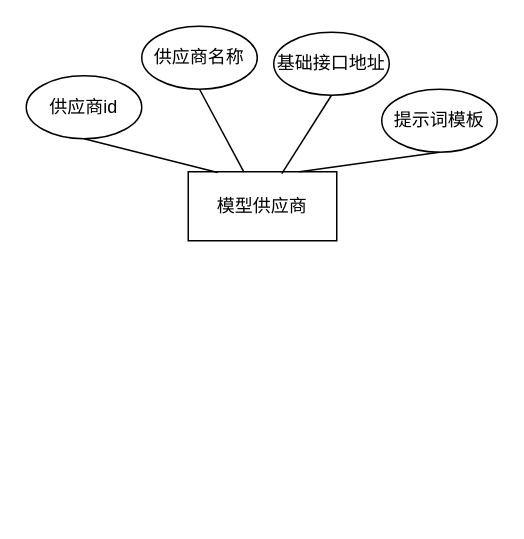
This is 权限管理ER图.drawio from Chentx1243/draw.io, a draw.io file, before an edit. Source tidied: cells renumbered, new cells numbered last; positions are measured from the earlier drawing's top-left corner, leaving out a move shared by most shapes. Both pictures are drawn from the tidied source at 150%, with x=0, y=0 at pixel (26, 26).
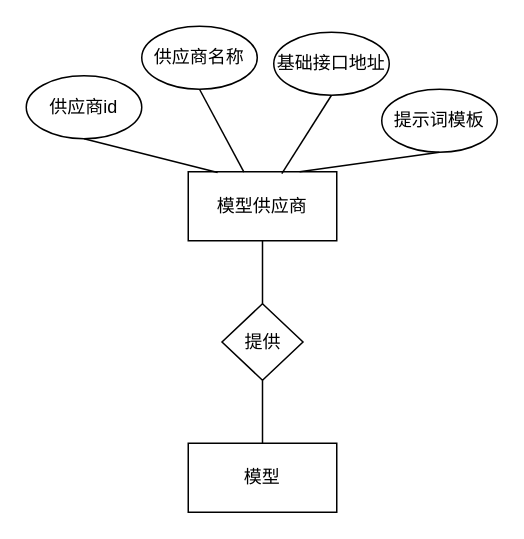
The same diagram, later.

Commit message (it also covers changes not shown here):
更新权限管理ER图.drawio

What changed in the source:
```diff
@@
 <mxGraphModel>
   <root>
     <mxCell id="0" />
     <mxCell id="1" parent="0" />
     <mxCell id="2" value="模型供应商" style="rounded=0;whiteSpace=wrap;html=1;" parent="1" vertex="1">
       <mxGeometry x="108" y="97" width="99" height="46" as="geometry" />
     </mxCell>
     <mxCell id="3" value="供应商id" style="ellipse;whiteSpace=wrap;html=1;" parent="1" vertex="1">
       <mxGeometry y="33" width="77" height="42" as="geometry" />
     </mxCell>
     <mxCell id="4" value="供应商名称" style="ellipse;whiteSpace=wrap;html=1;" parent="1" vertex="1">
       <mxGeometry x="77" width="77" height="42" as="geometry" />
     </mxCell>
     <mxCell id="5" value="基础接口地址" style="ellipse;whiteSpace=wrap;html=1;" parent="1" vertex="1">
       <mxGeometry x="165" y="4" width="77" height="42" as="geometry" />
     </mxCell>
     <mxCell id="6" value="提示词模板" style="ellipse;whiteSpace=wrap;html=1;" parent="1" vertex="1">
       <mxGeometry x="237" y="42" width="77" height="42" as="geometry" />
     </mxCell>
     <mxCell id="7" style="endArrow=none;html=1;rounded=0;fontSize=12;startSize=8;endSize=8;curved=1;exitX=0.198;exitY=0.012;exitDx=0;exitDy=0;exitPerimeter=0;entryX=0.5;entryY=1;entryDx=0;entryDy=0;" parent="1" edge="1" source="2" target="3">
       <mxGeometry relative="1" as="geometry" />
     </mxCell>
     <mxCell id="8" style="endArrow=none;html=1;rounded=0;fontSize=12;startSize=8;endSize=8;curved=1;entryX=0.5;entryY=1;entryDx=0;entryDy=0;exitX=0.375;exitY=0.005;exitDx=0;exitDy=0;exitPerimeter=0;" parent="1" edge="1" source="2" target="4">
       <mxGeometry relative="1" as="geometry" />
     </mxCell>
     <mxCell id="9" style="endArrow=none;html=1;rounded=0;fontSize=12;startSize=8;endSize=8;curved=1;entryX=0.5;entryY=1;entryDx=0;entryDy=0;exitX=0.63;exitY=0.027;exitDx=0;exitDy=0;exitPerimeter=0;" parent="1" edge="1" source="2" target="5">
       <mxGeometry relative="1" as="geometry" />
     </mxCell>
     <mxCell id="10" style="endArrow=none;html=1;rounded=0;fontSize=12;startSize=8;endSize=8;curved=1;entryX=0.5;entryY=1;entryDx=0;entryDy=0;exitX=0.75;exitY=0;exitDx=0;exitDy=0;" parent="1" edge="1" source="2" target="6">
       <mxGeometry relative="1" as="geometry" />
     </mxCell>
+    <mxCell id="11" value="模型" style="rounded=0;whiteSpace=wrap;html=1;" parent="1" vertex="1">
+      <mxGeometry x="108" y="278" width="99" height="46" as="geometry" />
+    </mxCell>
+    <mxCell id="12" value="提供" style="rhombus;whiteSpace=wrap;html=1;" parent="1" vertex="1">
+      <mxGeometry x="130.5" y="185" width="54" height="51" as="geometry" />
+    </mxCell>
+    <mxCell id="13" style="endArrow=none;html=1;rounded=0;fontSize=12;startSize=8;endSize=8;curved=1;entryX=0.5;entryY=1;entryDx=0;entryDy=0;exitX=0.5;exitY=0;exitDx=0;exitDy=0;" parent="1" edge="1" source="12" target="2">
+      <mxGeometry relative="1" as="geometry" />
+    </mxCell>
+    <mxCell id="14" style="endArrow=none;html=1;rounded=0;fontSize=12;startSize=8;endSize=8;curved=1;entryX=0.5;entryY=1;entryDx=0;entryDy=0;exitX=0.5;exitY=0;exitDx=0;exitDy=0;" parent="1" edge="1" source="11" target="12">
+      <mxGeometry relative="1" as="geometry" />
+    </mxCell>
   </root>
 </mxGraphModel>
```
